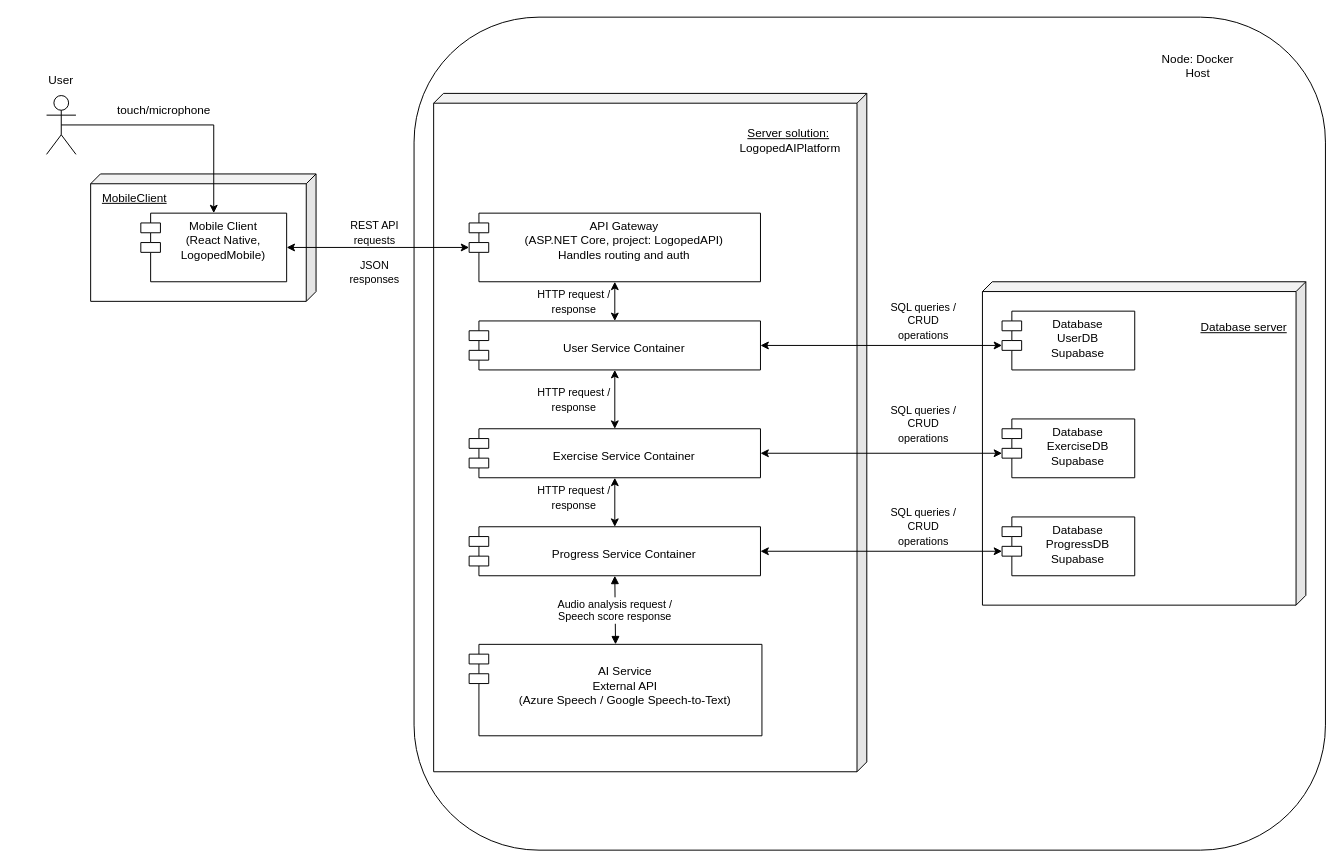
Above: page "Deployment" (3 of 3) of APPZ/Diagrams.drawio in mangust13/Sem_07 (draw.io), before the change. Source tidied: cells renumbered, new cells numbered last; positions are measured from the earlier drawing's top-left corner, leaving out a move shared by most shapes. Both pictures are drawn from the tidied source at 98%, with x=0, y=0 at pixel (17, 17).
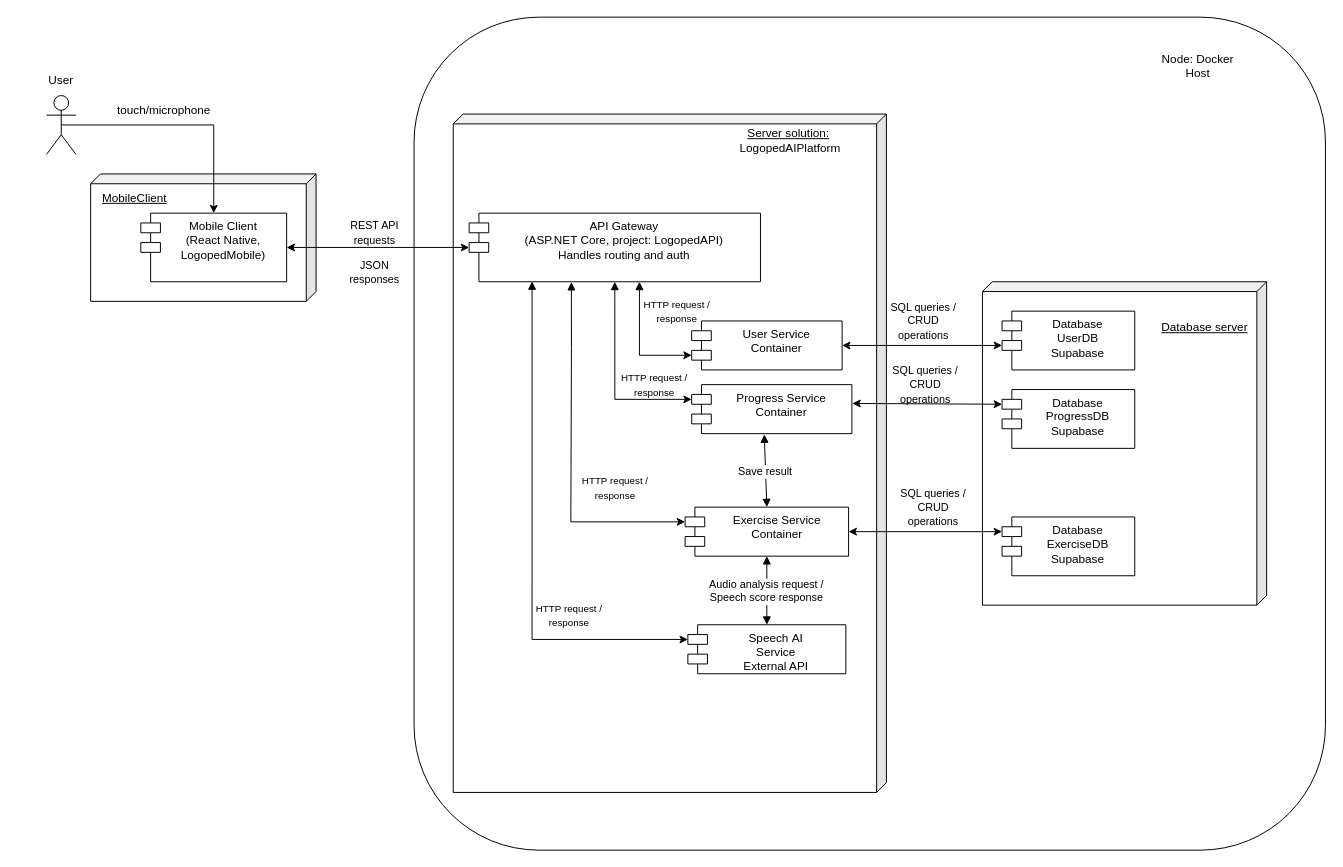
After the change.

The change refers to these unchanged cells:
```xml
<mxCell id="11" style="group;" parent="1" vertex="1">
  <mxGeometry x="425" y="140" width="450" height="630" as="geometry" />
</mxCell>
<mxCell id="15" value="&lt;div&gt;API Gateway&lt;/div&gt;&lt;div&gt;(ASP.NET Core, project: LogopedAPI)&lt;/div&gt;&lt;div&gt;Handles routing and auth&lt;/div&gt;" style="shape=module;align=left;spacingLeft=20;align=center;verticalAlign=top;whiteSpace=wrap;html=1;" parent="11" vertex="1">
  <mxGeometry x="36.2" y="60" width="297.3" height="70" as="geometry" />
</mxCell>
<mxCell id="32" style="group;" parent="1" vertex="1">
  <mxGeometry x="985" y="290" width="330" height="310" as="geometry" />
</mxCell>
```

The edit, as a diff of the source:
```diff
@@
     <mxCell id="12" style="shape=cube;whiteSpace=wrap;html=1;boundedLbl=1;backgroundOutline=1;darkOpacity=0.05;darkOpacity2=0.1;fillColor=none;flipV=0;flipH=1;size=10;" parent="11" vertex="1">
-      <mxGeometry y="-62.2" width="442" height="692.2" as="geometry" />
+      <mxGeometry x="20" y="-41.1" width="442" height="692.2" as="geometry" />
     </mxCell>
-    <mxCell id="13" value="&lt;div&gt;&lt;br&gt;&lt;/div&gt;AI Service &lt;br&gt;External API &lt;br&gt;(Azure Speech / Google Speech-to-Text)" style="shape=module;align=left;spacingLeft=20;align=center;verticalAlign=top;whiteSpace=wrap;html=1;" parent="11" vertex="1">
-      <mxGeometry x="36.2" y="500" width="298.8" height="93.3" as="geometry" />
-    </mxCell>
-    <mxCell id="14" value="&lt;div&gt;&lt;br&gt;&lt;/div&gt;&lt;div&gt;User Service Container&lt;/div&gt;&lt;div&gt;&lt;br&gt;&lt;/div&gt;" style="shape=module;align=left;spacingLeft=20;align=center;verticalAlign=top;whiteSpace=wrap;html=1;" parent="11" vertex="1">
-      <mxGeometry x="36.2" y="170" width="297.3" height="50" as="geometry" />
+    <mxCell id="14" value="&lt;div&gt;&lt;span style=&quot;background-color: transparent; color: light-dark(rgb(0, 0, 0), rgb(255, 255, 255));&quot;&gt;User Service&lt;/span&gt;&lt;/div&gt;&lt;div&gt;Container&lt;/div&gt;&lt;div&gt;&lt;br&gt;&lt;/div&gt;" style="shape=module;align=left;spacingLeft=20;align=center;verticalAlign=top;whiteSpace=wrap;html=1;" parent="11" vertex="1">
+      <mxGeometry x="263.3" y="170" width="153.5" height="50" as="geometry" />
     </mxCell>
@@
-    <mxCell id="16" style="endArrow=classic;startArrow=classic;html=1;rounded=0;entryX=0.5;entryY=1;entryDx=0;entryDy=0;exitX=0.5;exitY=0;exitDx=0;exitDy=0;" parent="11" edge="1" source="14" target="15">
-      <mxGeometry relative="1" as="geometry" />
-    </mxCell>
+    <mxCell id="18" value="&lt;div&gt;&lt;span style=&quot;background-color: transparent; color: light-dark(rgb(0, 0, 0), rgb(255, 255, 255));&quot;&gt;Progress Service&lt;/span&gt;&lt;/div&gt;&lt;div&gt;Container&lt;/div&gt;" style="shape=module;align=left;spacingLeft=20;align=center;verticalAlign=top;whiteSpace=wrap;html=1;" parent="11" vertex="1">
+      <mxGeometry x="263.3" y="235" width="163.5" height="50" as="geometry" />
+    </mxCell>
+    <mxCell id="20" value="&lt;div&gt;&lt;span style=&quot;background-color: transparent; color: light-dark(rgb(0, 0, 0), rgb(255, 255, 255));&quot;&gt;Speech&amp;nbsp;AI&lt;/span&gt;&lt;/div&gt;&lt;div&gt;Service&lt;br&gt;External API&lt;/div&gt;" style="shape=module;align=left;spacingLeft=20;align=center;verticalAlign=top;whiteSpace=wrap;html=1;" parent="11" vertex="1">
+      <mxGeometry x="259.4" y="480" width="161.2" height="50" as="geometry" />
+    </mxCell>
+    <mxCell id="22" value="&lt;font style=&quot;font-size: 10px;&quot;&gt;HTTP request / response&lt;/font&gt;" style="text;html=1;align=center;verticalAlign=middle;whiteSpace=wrap;rounded=0;" parent="11" vertex="1">
+      <mxGeometry x="210" y="140" width="76.6" height="40" as="geometry" />
+    </mxCell>
+    <mxCell id="46" style="edgeStyle=orthogonalEdgeStyle;rounded=0;jettySize=auto;html=1;entryX=0;entryY=0;entryDx=0;entryDy=35;startArrow=block;startFill=1;entryPerimeter=0;" parent="11" edge="1" target="14">
+      <mxGeometry relative="1" as="geometry">
+        <mxPoint x="210" y="130" as="sourcePoint" />
+        <Array as="points">
+          <mxPoint x="210" y="130" />
+          <mxPoint x="210" y="205" />
+        </Array>
+      </mxGeometry>
+    </mxCell>
+    <mxCell id="47" style="edgeStyle=orthogonalEdgeStyle;rounded=0;jettySize=auto;html=1;exitX=0.5;exitY=1;exitDx=0;exitDy=0;entryX=0;entryY=0;entryDx=0;entryDy=15;startArrow=block;startFill=1;entryPerimeter=0;" parent="11" edge="1" source="15" target="18">
+      <mxGeometry relative="1" as="geometry">
+        <Array as="points">
+          <mxPoint x="185" y="250" />
+        </Array>
+      </mxGeometry>
+    </mxCell>
+    <mxCell id="48" value="&lt;font style=&quot;font-size: 10px;&quot;&gt;HTTP request / response&lt;/font&gt;" style="text;html=1;align=center;verticalAlign=middle;whiteSpace=wrap;rounded=0;" parent="11" vertex="1">
+      <mxGeometry x="186.7" y="215" width="76.6" height="40" as="geometry" />
+    </mxCell>
+    <mxCell id="49" value="&lt;div&gt;Exercise Service&lt;br&gt;Container&lt;/div&gt;" style="shape=module;align=left;spacingLeft=20;align=center;verticalAlign=top;whiteSpace=wrap;html=1;" parent="11" vertex="1">
+      <mxGeometry x="256.6" y="360" width="166.8" height="50" as="geometry" />
+    </mxCell>
+    <mxCell id="50" style="edgeStyle=orthogonalEdgeStyle;rounded=0;jettySize=auto;html=1;exitX=0.351;exitY=1.005;exitDx=0;exitDy=0;startArrow=block;startFill=1;exitPerimeter=0;entryX=0;entryY=0;entryDx=0;entryDy=15;entryPerimeter=0;" parent="11" edge="1" source="15" target="49">
+      <mxGeometry relative="1" as="geometry">
+        <Array as="points">
+          <mxPoint x="141" y="198" />
+          <mxPoint x="140" y="315" />
+        </Array>
+      </mxGeometry>
+    </mxCell>
+    <mxCell id="51" value="&lt;font style=&quot;font-size: 10px;&quot;&gt;HTTP request / response&lt;/font&gt;" style="text;html=1;align=center;verticalAlign=middle;whiteSpace=wrap;rounded=0;" parent="11" vertex="1">
+      <mxGeometry x="146.5" y="320" width="76.6" height="40" as="geometry" />
+    </mxCell>
+    <mxCell id="52" value="Save result" style="startArrow=block;endArrow=block;entryX=0.5;entryY=0;rounded=0;entryDx=0;entryDy=0;startFill=1;exitX=0.453;exitY=1.016;exitDx=0;exitDy=0;exitPerimeter=0;" parent="11" edge="1" source="18" target="49">
+      <mxGeometry relative="1" as="geometry" />
+    </mxCell>
+    <mxCell id="53" style="edgeStyle=orthogonalEdgeStyle;rounded=0;jettySize=auto;html=1;exitX=0.216;exitY=0.995;exitDx=0;exitDy=0;startArrow=block;startFill=1;exitPerimeter=0;entryX=0;entryY=0;entryDx=0;entryDy=15;entryPerimeter=0;" parent="11" edge="1" source="15" target="20">
+      <mxGeometry relative="1" as="geometry">
+        <Array as="points">
+          <mxPoint x="100" y="495" />
+        </Array>
+      </mxGeometry>
+    </mxCell>
+    <mxCell id="54" value="&lt;font style=&quot;font-size: 10px;&quot;&gt;HTTP request / response&lt;/font&gt;" style="text;html=1;align=center;verticalAlign=middle;whiteSpace=wrap;rounded=0;" parent="11" vertex="1">
+      <mxGeometry x="100" y="450" width="76.6" height="40" as="geometry" />
+    </mxCell>
-    <mxCell id="17" value="Audio analysis request / &#10;Speech score response" style="startArrow=block;endArrow=block;entryX=0.5;entryY=0;rounded=0;entryDx=0;entryDy=0;startFill=1;exitX=0.5;exitY=1;exitDx=0;exitDy=0;" parent="11" edge="1" source="20" target="13">
+    <mxCell id="17" value="Audio analysis request / &#10;Speech score response" style="startArrow=block;endArrow=block;entryX=0.5;entryY=0;rounded=0;entryDx=0;entryDy=0;startFill=1;exitX=0.5;exitY=1;exitDx=0;exitDy=0;" parent="11" edge="1" source="49" target="20">
       <mxGeometry relative="1" as="geometry" />
     </mxCell>
-    <mxCell id="18" value="&lt;div&gt;&lt;br&gt;&lt;/div&gt;&lt;div&gt;Exercise Service Container&lt;/div&gt;&lt;div&gt;&lt;br&gt;&lt;/div&gt;" style="shape=module;align=left;spacingLeft=20;align=center;verticalAlign=top;whiteSpace=wrap;html=1;" parent="11" vertex="1">
-      <mxGeometry x="36.2" y="280" width="297.3" height="50" as="geometry" />
-    </mxCell>
-    <mxCell id="19" style="endArrow=classic;startArrow=classic;html=1;rounded=0;entryX=0.5;entryY=1;entryDx=0;entryDy=0;exitX=0.5;exitY=0;exitDx=0;exitDy=0;" parent="11" edge="1" source="18" target="14">
-      <mxGeometry relative="1" as="geometry" />
-    </mxCell>
-    <mxCell id="20" value="&lt;div&gt;&lt;br&gt;&lt;/div&gt;&lt;div&gt;Progress Service Container&lt;/div&gt;&lt;div&gt;&lt;br&gt;&lt;/div&gt;" style="shape=module;align=left;spacingLeft=20;align=center;verticalAlign=top;whiteSpace=wrap;html=1;" parent="11" vertex="1">
-      <mxGeometry x="36.2" y="380" width="297.3" height="50" as="geometry" />
-    </mxCell>
-    <mxCell id="21" style="endArrow=classic;startArrow=classic;html=1;rounded=0;entryX=0.5;entryY=0;entryDx=0;entryDy=0;exitX=0.5;exitY=1;exitDx=0;exitDy=0;" parent="11" edge="1" source="18" target="20">
-      <mxGeometry relative="1" as="geometry" />
-    </mxCell>
-    <mxCell id="22" value="&lt;font style=&quot;font-size: 11px;&quot;&gt;HTTP request / response&lt;/font&gt;" style="text;html=1;align=center;verticalAlign=middle;whiteSpace=wrap;rounded=0;" parent="11" vertex="1">
-      <mxGeometry x="105.3" y="130" width="76.6" height="40" as="geometry" />
-    </mxCell>
-    <mxCell id="23" value="&lt;font style=&quot;font-size: 11px;&quot;&gt;HTTP request / response&lt;/font&gt;" style="text;html=1;align=center;verticalAlign=middle;whiteSpace=wrap;rounded=0;" parent="11" vertex="1">
-      <mxGeometry x="105.3" y="230" width="76.6" height="40" as="geometry" />
-    </mxCell>
-    <mxCell id="24" value="&lt;font style=&quot;font-size: 11px;&quot;&gt;HTTP request / response&lt;/font&gt;" style="text;html=1;align=center;verticalAlign=middle;whiteSpace=wrap;rounded=0;" parent="11" vertex="1">
-      <mxGeometry x="105.3" y="330" width="76.6" height="40" as="geometry" />
-    </mxCell>
@@
     <mxCell id="33" style="shape=cube;whiteSpace=wrap;html=1;boundedLbl=1;backgroundOutline=1;darkOpacity=0.05;darkOpacity2=0.1;fillColor=none;flipV=0;flipH=1;size=10;" parent="32" vertex="1">
-      <mxGeometry y="-20" width="330" height="330" as="geometry" />
+      <mxGeometry y="-20" width="290" height="330" as="geometry" />
     </mxCell>
@@
-    <mxCell id="35" value="&lt;div&gt;&lt;/div&gt;&lt;div&gt;&lt;div&gt;Database&lt;/div&gt;&lt;div&gt;ExerciseDB&lt;br&gt;Supabase&lt;/div&gt;&lt;/div&gt;" style="shape=module;align=left;spacingLeft=20;align=center;verticalAlign=top;whiteSpace=wrap;html=1;" parent="32" vertex="1">
-      <mxGeometry x="20" y="120" width="135.4" height="60" as="geometry" />
+    <mxCell id="35" value="&lt;div&gt;&lt;/div&gt;&lt;div&gt;&lt;div&gt;Database&lt;/div&gt;&lt;div&gt;ProgressDB&lt;br&gt;Supabase&lt;/div&gt;&lt;/div&gt;" style="shape=module;align=left;spacingLeft=20;align=center;verticalAlign=top;whiteSpace=wrap;html=1;" parent="32" vertex="1">
+      <mxGeometry x="20" y="90" width="135.4" height="60" as="geometry" />
     </mxCell>
-    <mxCell id="36" value="&lt;div&gt;&lt;/div&gt;&lt;div&gt;&lt;div&gt;Database&lt;/div&gt;&lt;div&gt;ProgressDB&lt;br&gt;Supabase&lt;/div&gt;&lt;/div&gt;" style="shape=module;align=left;spacingLeft=20;align=center;verticalAlign=top;whiteSpace=wrap;html=1;" parent="32" vertex="1">
+    <mxCell id="36" value="&lt;div&gt;&lt;/div&gt;&lt;div&gt;&lt;div&gt;Database&lt;/div&gt;&lt;div&gt;ExerciseDB&lt;br&gt;Supabase&lt;/div&gt;&lt;/div&gt;" style="shape=module;align=left;spacingLeft=20;align=center;verticalAlign=top;whiteSpace=wrap;html=1;" parent="32" vertex="1">
       <mxGeometry x="20" y="220" width="135.4" height="60" as="geometry" />
     </mxCell>
     <mxCell id="37" value="&lt;u&gt;Database server&lt;/u&gt;" style="text;html=1;align=center;verticalAlign=middle;whiteSpace=wrap;rounded=0;" parent="32" vertex="1">
-      <mxGeometry x="220" width="94.3" height="53.7" as="geometry" />
+      <mxGeometry x="180" width="94.3" height="53.7" as="geometry" />
     </mxCell>
-    <mxCell id="38" style="endArrow=classic;startArrow=classic;html=1;rounded=0;exitX=0;exitY=0;exitDx=0;exitDy=35;entryX=1;entryY=0.5;entryDx=0;entryDy=0;exitPerimeter=0;" parent="1" edge="1" source="35" target="18">
-      <mxGeometry relative="1" as="geometry" />
-    </mxCell>
-    <mxCell id="39" style="endArrow=classic;startArrow=classic;html=1;rounded=0;exitX=0;exitY=0;exitDx=0;exitDy=35;entryX=1;entryY=0.5;entryDx=0;entryDy=0;exitPerimeter=0;" parent="1" edge="1" source="36" target="20">
+    <mxCell id="39" style="endArrow=classic;startArrow=classic;html=1;rounded=0;exitX=0;exitY=0;exitDx=0;exitDy=15;entryX=1;entryY=0.5;entryDx=0;entryDy=0;exitPerimeter=0;" parent="1" edge="1" source="36" target="49">
       <mxGeometry relative="1" as="geometry" />
     </mxCell>
@@
+    <mxCell id="45" value="&lt;font style=&quot;font-size: 11px;&quot;&gt;SQL queries / CRUD operations&lt;/font&gt;" style="text;html=1;align=center;verticalAlign=middle;whiteSpace=wrap;rounded=0;" parent="1" vertex="1">
+      <mxGeometry x="895" y="480" width="80" height="40" as="geometry" />
+    </mxCell>
+    <mxCell id="38" style="endArrow=classic;startArrow=classic;html=1;rounded=0;exitX=0;exitY=0;exitDx=0;exitDy=15;entryX=1.003;entryY=0.383;entryDx=0;entryDy=0;exitPerimeter=0;entryPerimeter=0;" parent="1" edge="1" source="35" target="18">
+      <mxGeometry relative="1" as="geometry" />
+    </mxCell>
     <mxCell id="44" value="&lt;font style=&quot;font-size: 11px;&quot;&gt;SQL queries / CRUD operations&lt;/font&gt;" style="text;html=1;align=center;verticalAlign=middle;whiteSpace=wrap;rounded=0;" parent="1" vertex="1">
-      <mxGeometry x="885" y="395" width="80" height="40" as="geometry" />
+      <mxGeometry x="886.6" y="355" width="80" height="40" as="geometry" />
     </mxCell>
-    <mxCell id="45" value="&lt;font style=&quot;font-size: 11px;&quot;&gt;SQL queries / CRUD operations&lt;/font&gt;" style="text;html=1;align=center;verticalAlign=middle;whiteSpace=wrap;rounded=0;" parent="1" vertex="1">
-      <mxGeometry x="885" y="500" width="80" height="40" as="geometry" />
-    </mxCell>
```
